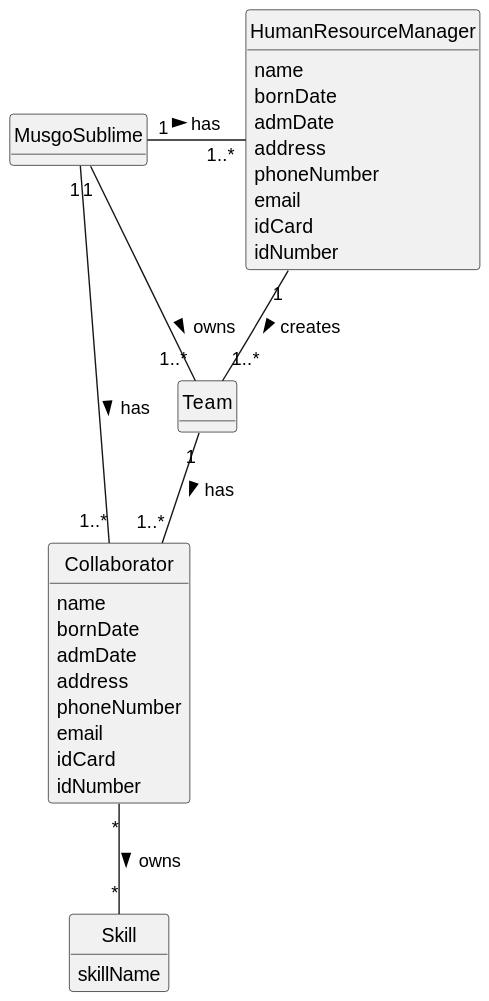
1231360-ISEP/lei-24-s2-1db-g021 keeps this PlantUML diagram as docs/sprint2/us005/02.analysis/svg/us005-domain-model.svg. Above is the earlier version.
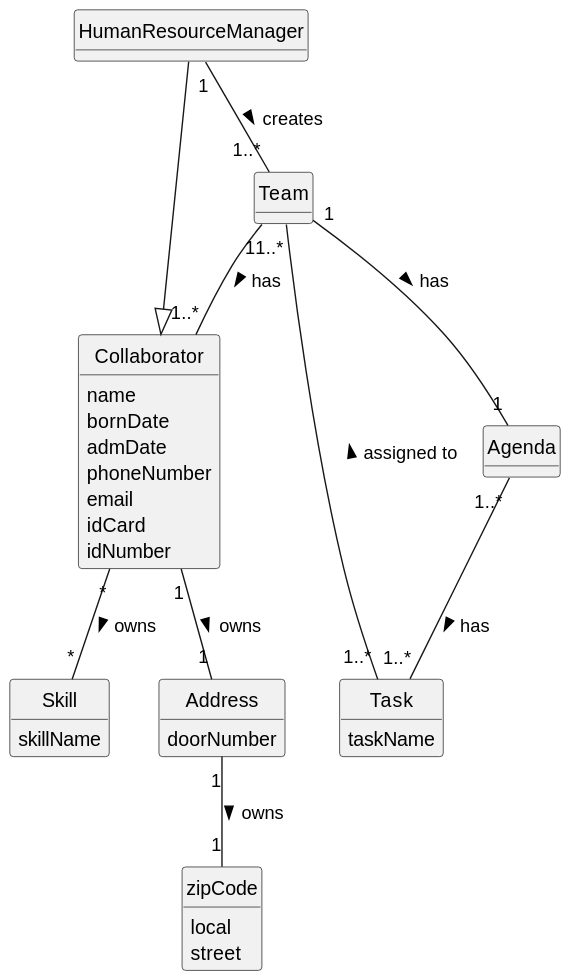
Later version of the same file.

Commit message:
Update the Main Domain Model and Domain Model US05.

The edit, as a diff of the source:
```diff
@@ -8,42 +8,45 @@
 hide circle
 hide methods
 
-class MusgoSublime {
+
+class HumanResourceManager {}
+
+class Skill {
+    skillName
 }
 
-class HumanResourceManager {
+class Task {
+    taskName
+}
+
+class Collaborator {
     name
     bornDate
     admDate
-    address
     phoneNumber
     email
     idCard
     idNumber
 }
 
-class Skill {
-    skillName
+class Address {
+    doorNumber
 }
 
-class Collaborator {
-    name
-    bornDate
-    admDate
-    address
-    phoneNumber
-    email
-    idCard
-    idNumber
+class zipCode {
+    local
+    street
 }
 
-class Team {
-}
+class Team {}
 
-MusgoSublime "1" - "1..*" Collaborator: has >
-MusgoSublime "1" - "1..*" HumanResourceManager : has >
+HumanResourceManager ---|> Collaborator
+HumanResourceManager "1" -- "1..*" Team : creates >
 Collaborator "*" -- "*" Skill : owns >
-MusgoSublime "1" - "1..*" Team: owns >
+Collaborator "1" -- "1" Address: owns >
+Address "1" -- "1" zipCode : owns >
 Team "1" -- "1..*" Collaborator : has >
-HumanResourceManager "1" -- "1..*" Team : creates >
+Team "1" -- "1" Agenda : has >
+Task "1..*" -- "1..*" Team : assigned to >
+Agenda "1..*" -- "1..*" Task : has >
 @enduml
```
